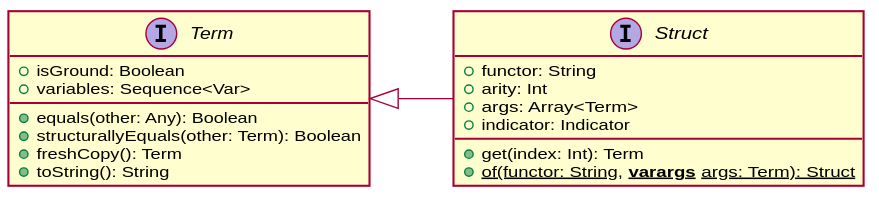
gciatto-unibo/2p-kt-presentation keeps this PlantUML diagram as img/struct.svg. Above is the earlier version.
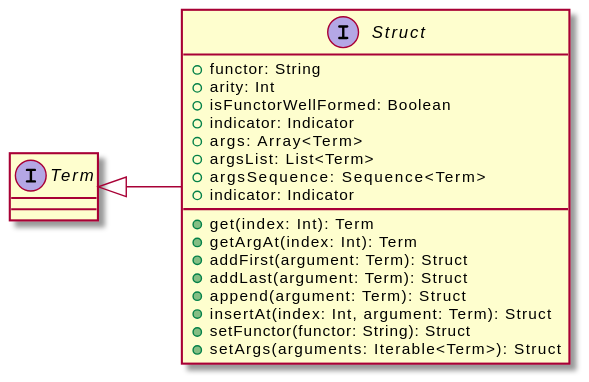
The same file after the commit.

What changed in the source:
```diff
@@ -1,24 +1,26 @@
 @startuml
 left to right direction
-skinparam shadowing false
 
-interface Term {
-  + isGround: Boolean
-  + variables: Sequence<Var>
-  + equals(other: Any): Boolean
-  + structurallyEquals(other: Term): Boolean
-  + freshCopy(): Term
-  + toString(): String
-}
+interface Term
+
 interface Struct {
   + functor: String
   + arity: Int
+  + isFunctorWellFormed: Boolean
+  + indicator: Indicator
   + args: Array<Term>
+  + argsList: List<Term>
+  + argsSequence: Sequence<Term>
   + indicator: Indicator
   + get(index: Int): Term
-  + {static} of(functor: String, **varargs** args: Term): Struct
+  + getArgAt(index: Int): Term
+  + addFirst(argument: Term): Struct
+  + addLast(argument: Term): Struct
+  + append(argument: Term): Struct
+  + insertAt(index: Int, argument: Term): Struct
+  + setFunctor(functor: String): Struct
+  + setArgs(arguments: Iterable<Term>): Struct
 }
 
 Term <|-- Struct
-
 @enduml
```
